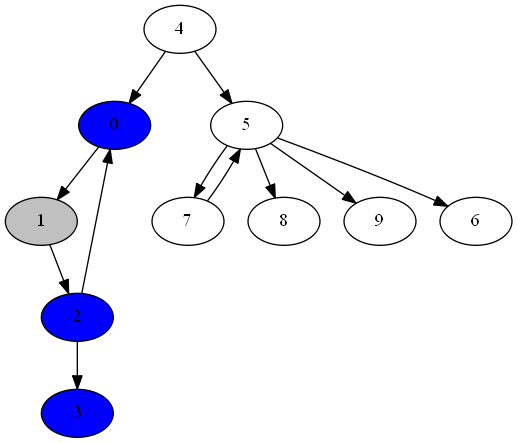
Before: pictures/graph.gv.png, a diagram exported from Graphviz (sral85/depth_first_search). Its source is kept beside it as pictures/graph.gv. Source of this version:
```dot
digraph {
	0 [label=0 fillcolor=blue style=filled]
	0 -> 1
	1 [label=1 fillcolor=grey style=filled]
	1 -> 2
	2 [label=2 fillcolor=blue style=filled]
	2 -> 0
	2 -> 3
	3 [label=3 fillcolor=blue style=filled]
	4 [label=4]
	4 -> 5
	4 -> 0
	5 [label=5]
	5 -> 7
	5 -> 8
	5 -> 9
	5 -> 6
	6 [label=6]
	7 [label=7]
	7 -> 5
	8 [label=8]
	9 [label=9]
}
```
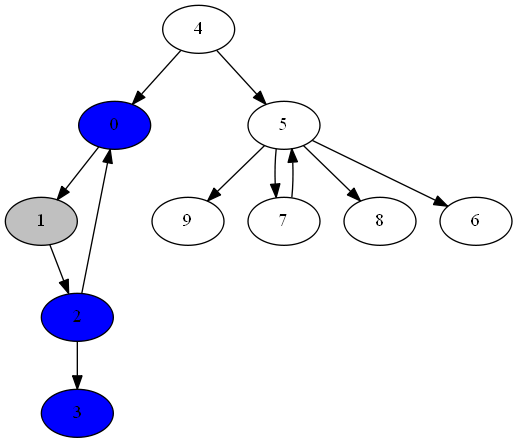
After the change.

Change to the diagram source:
```diff
@@ -8,12 +8,12 @@
 	2 -> 3
 	3 [label=3 fillcolor=blue style=filled]
 	4 [label=4]
+	4 -> 0
 	4 -> 5
-	4 -> 0
 	5 [label=5]
+	5 -> 9
 	5 -> 7
 	5 -> 8
-	5 -> 9
 	5 -> 6
 	6 [label=6]
 	7 [label=7]
```
